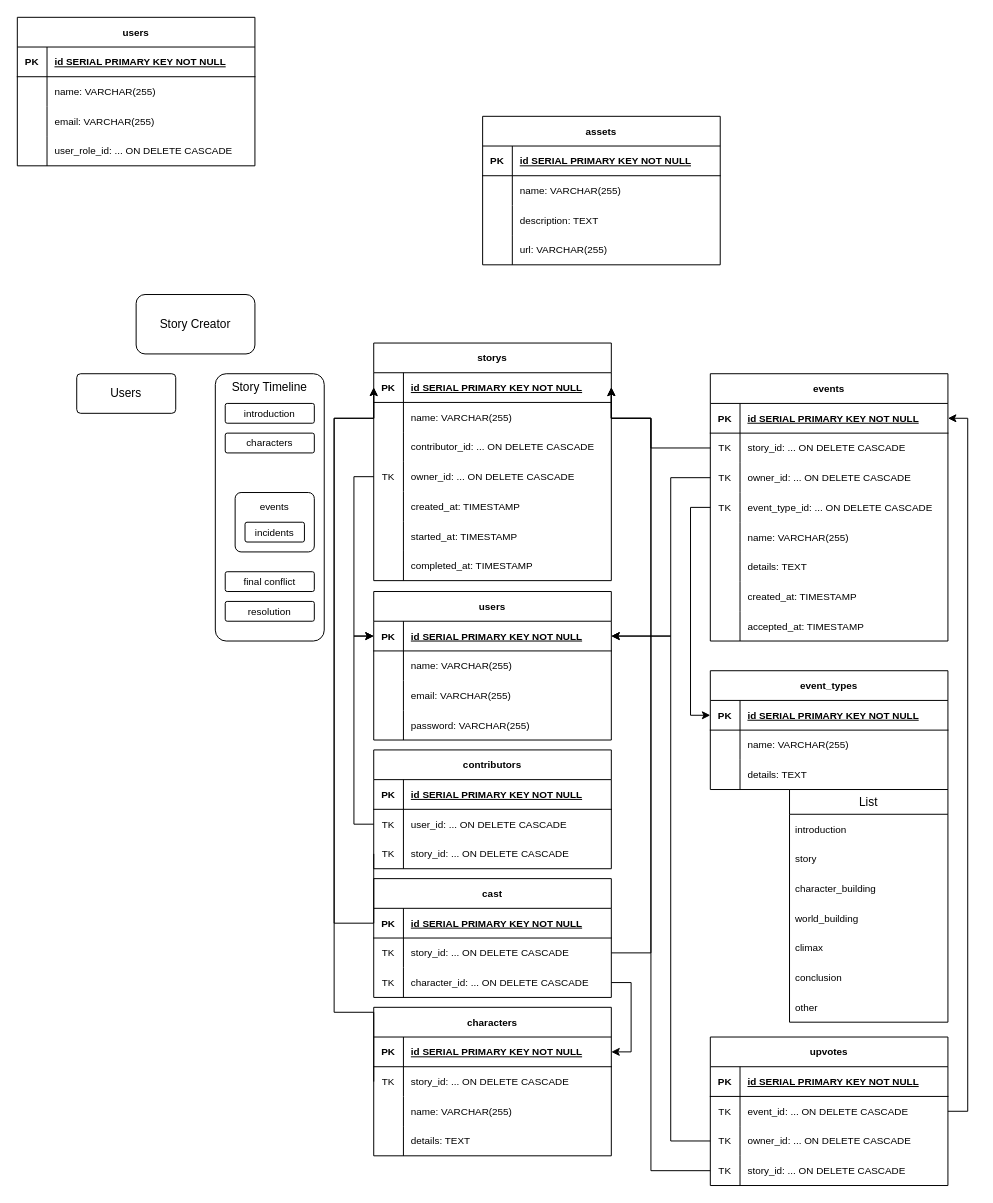
Earlier version of the draw.io diagram db/erd/story_creator.drawio (navycuda/story_creator). Source tidied: cells renumbered, new cells numbered last; positions are measured from the earlier drawing's top-left corner, leaving out a move shared by most shapes. Both pictures are drawn from the tidied source at 99%, with x=0, y=0 at pixel (17, 17).
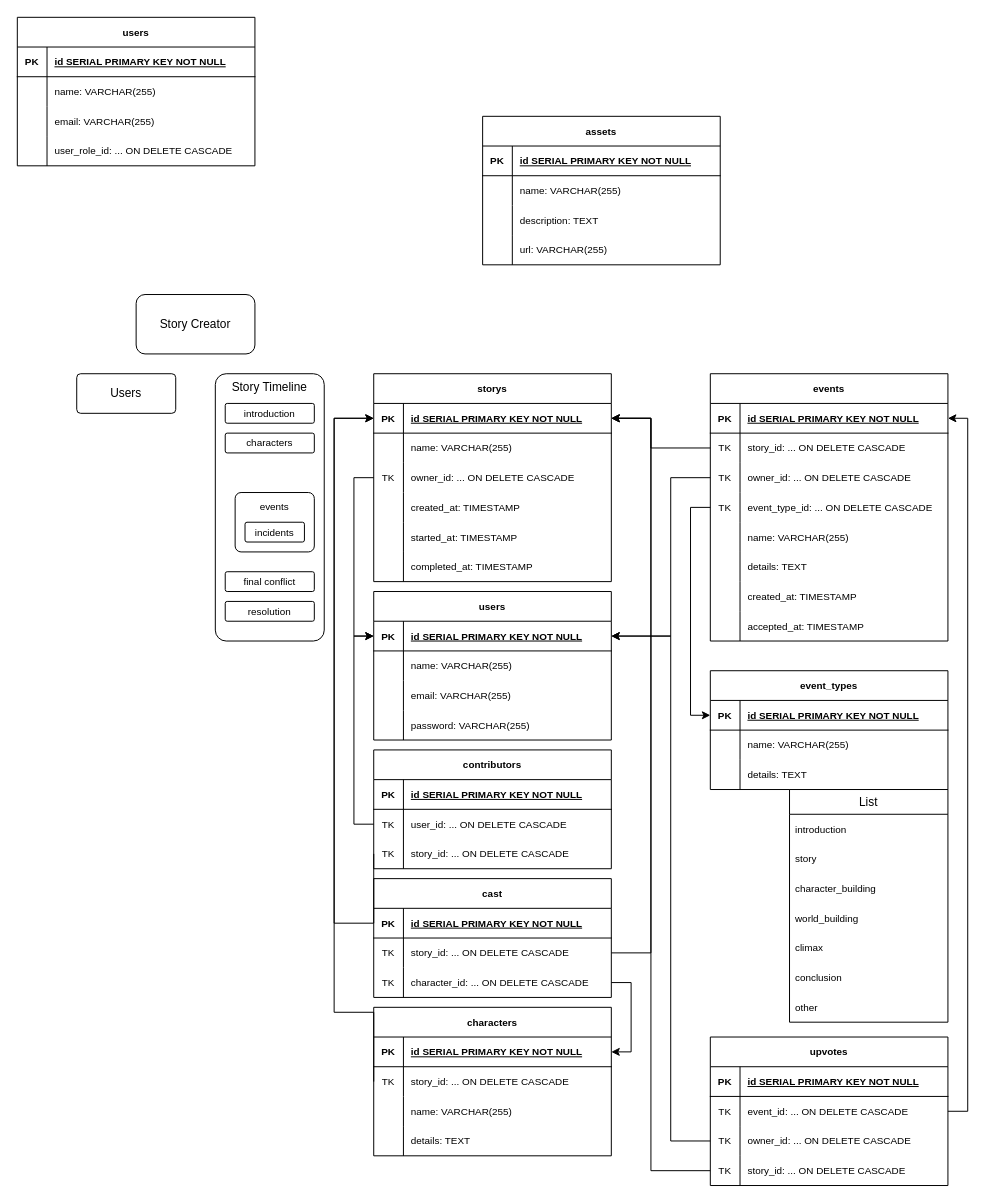
The same diagram, later.

The edit, as a diff of the source:
```diff
@@
     <mxCell id="31" value="storys" style="shape=table;startSize=30;childLayout=tableLayout;rowLines=0;fontStyle=1;align=center;fontSize=10;" parent="1" vertex="1">
-      <mxGeometry x="360" y="329" width="240" height="240" as="geometry" />
+      <mxGeometry x="360" y="360" width="240" height="210" as="geometry" />
     </mxCell>
@@
-    <mxCell id="38" style="shape=tableRow;horizontal=0;startSize=0;swimlaneHead=0;swimlaneBody=0;fillColor=none;top=0;left=0;right=0;bottom=0;fontSize=10;" parent="31" vertex="1">
-      <mxGeometry y="90" width="240" height="30" as="geometry" />
-    </mxCell>
-    <mxCell id="39" style="shape=partialRectangle;fillColor=none;top=0;left=0;bottom=0;right=0;overflow=hidden;fontSize=10;" parent="38" vertex="1">
-      <mxGeometry width="30" height="30" as="geometry" />
-    </mxCell>
-    <mxCell id="40" value="contributor_id: ... ON DELETE CASCADE" style="shape=partialRectangle;fillColor=none;top=0;left=0;bottom=0;right=0;align=left;spacingLeft=6;overflow=hidden;fontSize=10;" parent="38" vertex="1">
-      <mxGeometry x="30" width="210" height="30" as="geometry" />
-    </mxCell>
     <mxCell id="41" style="shape=tableRow;horizontal=0;startSize=0;swimlaneHead=0;swimlaneBody=0;fillColor=none;points=[[0,0.5],[1,0.5]];portConstraint=eastwest;top=0;left=0;right=0;bottom=0;fontSize=10;" parent="31" vertex="1">
-      <mxGeometry y="120" width="240" height="30" as="geometry" />
+      <mxGeometry y="90" width="240" height="30" as="geometry" />
     </mxCell>
@@
     <mxCell id="44" style="shape=tableRow;horizontal=0;startSize=0;swimlaneHead=0;swimlaneBody=0;fillColor=none;top=0;left=0;right=0;bottom=0;fontSize=10;" parent="31" vertex="1">
-      <mxGeometry y="150" width="240" height="30" as="geometry" />
+      <mxGeometry y="120" width="240" height="30" as="geometry" />
     </mxCell>
@@
     <mxCell id="47" style="shape=tableRow;horizontal=0;startSize=0;swimlaneHead=0;swimlaneBody=0;fillColor=none;top=0;left=0;right=0;bottom=0;fontSize=10;" parent="31" vertex="1">
-      <mxGeometry y="180" width="240" height="30" as="geometry" />
+      <mxGeometry y="150" width="240" height="30" as="geometry" />
     </mxCell>
@@
     <mxCell id="50" style="shape=tableRow;horizontal=0;startSize=0;swimlaneHead=0;swimlaneBody=0;fillColor=none;top=0;left=0;right=0;bottom=0;fontSize=10;" parent="31" vertex="1">
-      <mxGeometry y="210" width="240" height="30" as="geometry" />
+      <mxGeometry y="180" width="240" height="30" as="geometry" />
     </mxCell>
```
